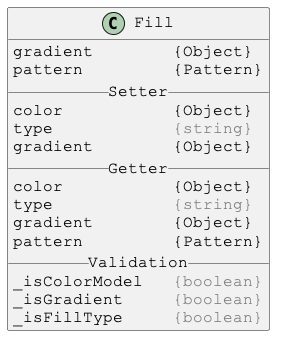
Before: docs/PlantUml/images/Fill.png, a diagram exported from PlantUML (Justin-Byrne/canvasLab).
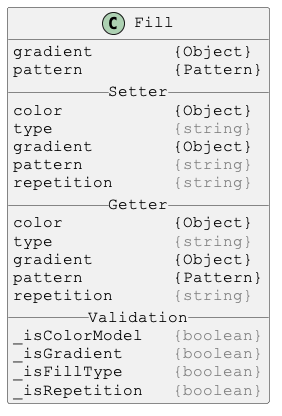
The same diagram one commit later.

Change to the diagram source:
```diff
@@ -10,15 +10,19 @@
 color           {Object}
 type            <color:gray>{string}</color>
 gradient        {Object}
+pattern         <color:gray>{string}</color>
+repetition      <color:gray>{string}</color>
 __ Getter __
 color           {Object}
 type            <color:gray>{string}</color>
 gradient        {Object}
 pattern         {Pattern}
+repetition      <color:gray>{string}</color>
 __ Validation __
 _isColorModel   <color:gray>{boolean}</color>
 _isGradient     <color:gray>{boolean}</color>
 _isFillType     <color:gray>{boolean}</color>
+_isRepetition   <color:gray>{boolean}</color>
 }
 
 @enduml
```
